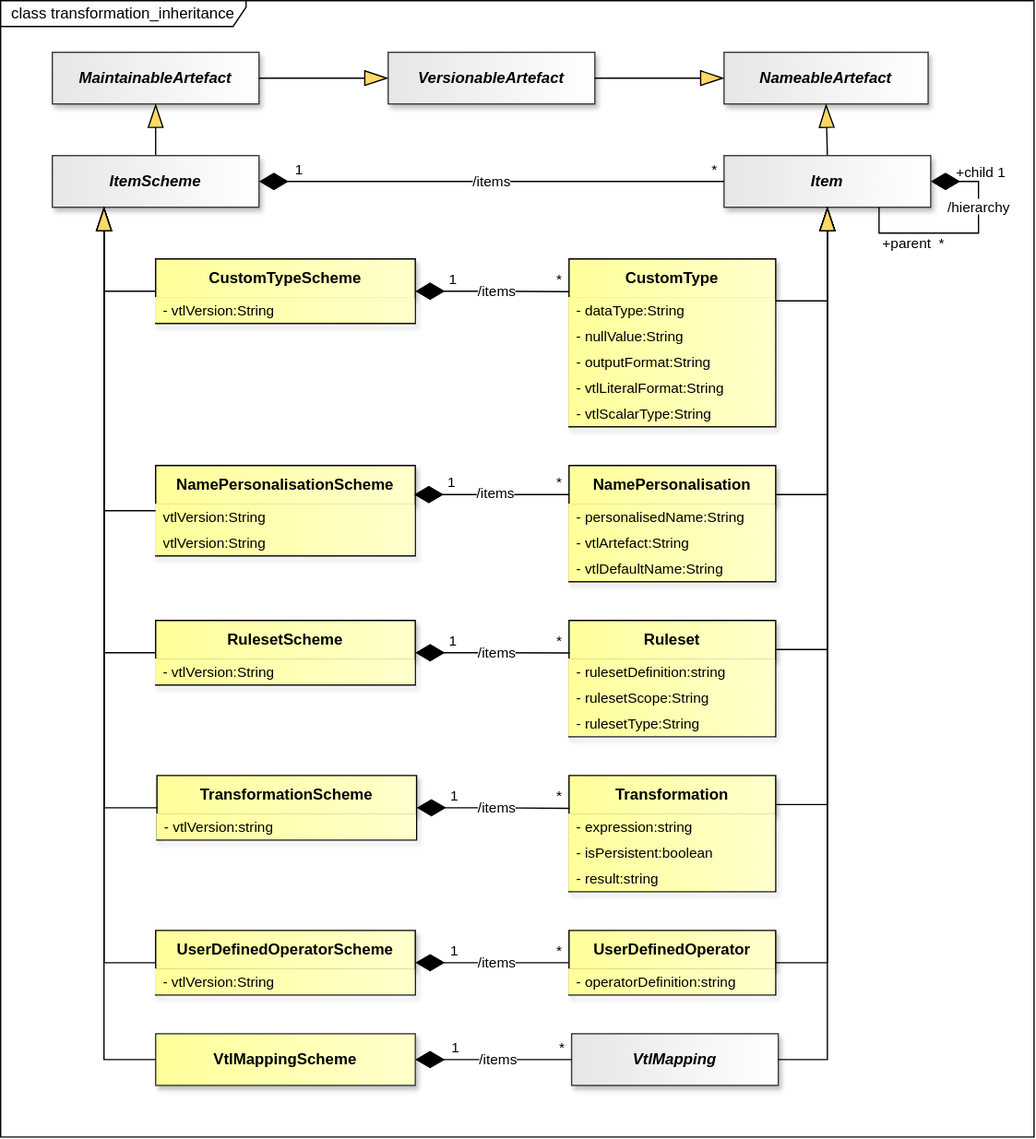
Above: docs/information_model/media/sdmx_transformation-transformation-inheritance.svg in sdmx-twg/sdmx-im (draw.io), before the change. Source tidied: cells renumbered, new cells last; positions are measured from the earlier drawing's top-left corner, leaving out a move shared by most shapes.
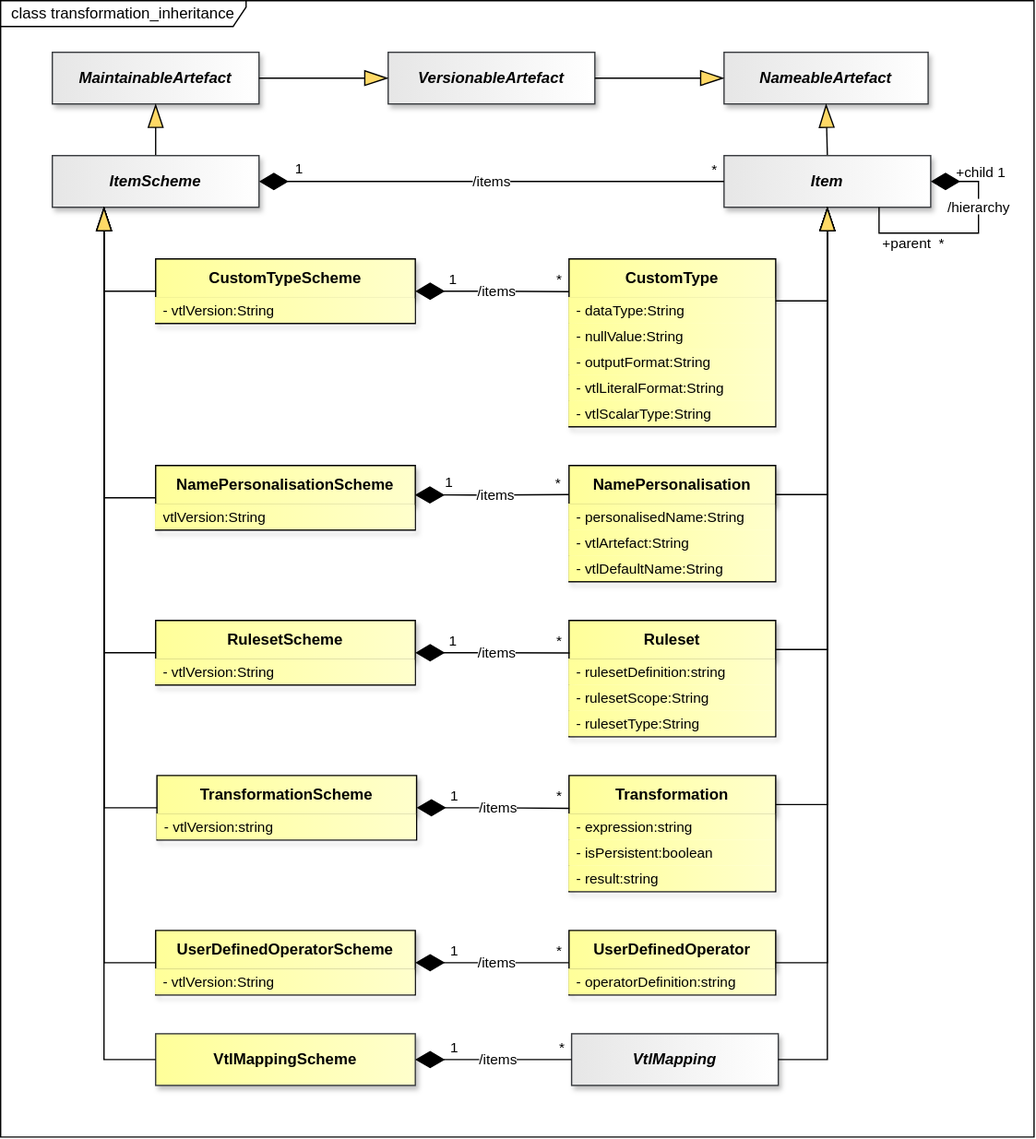
The same diagram one commit later.

What changed in the source:
```diff
@@ -86,14 +86,11 @@
       <mxGeometry y="30" width="201" height="20" as="geometry" />
     </mxCell>
     <mxCell id="25" value="NamePersonalisationScheme" style="swimlane;fontStyle=1;align=center;verticalAlign=middle;horizontal=1;startSize=30;whiteSpace=wrap;html=1;fillColor=light-dark(#FFFF99,#FFFF99);strokeColor=light-dark(#000000,#000000);gradientDirection=east;swimlaneLine=1;fontColor=light-dark(#000000,#000000);labelBackgroundColor=none;textShadow=0;gradientColor=light-dark(#FFFFCC,#FFFFCC);shadow=1;" parent="1" vertex="1">
-      <mxGeometry x="120" y="360" width="201" height="70" as="geometry" />
+      <mxGeometry x="120" y="360" width="201" height="50" as="geometry" />
     </mxCell>
     <mxCell id="26" value="vtlVersion:String" style="text;strokeColor=none;fillColor=light-dark(#FFFF99,#FFFF99);align=left;verticalAlign=middle;spacingLeft=4;spacingRight=4;overflow=hidden;whiteSpace=wrap;html=1;fontFamily=Helvetica;fontSize=11;fontColor=light-dark(#000000,#000000);gradientColor=light-dark(#FFFFCC,#FFFFCC);gradientDirection=east;" parent="25" vertex="1">
       <mxGeometry y="30" width="201" height="20" as="geometry" />
     </mxCell>
-    <mxCell id="27" value="vtlVersion:String" style="text;strokeColor=none;fillColor=light-dark(#FFFF99,#FFFF99);align=left;verticalAlign=middle;spacingLeft=4;spacingRight=4;overflow=hidden;whiteSpace=wrap;html=1;fontFamily=Helvetica;fontSize=11;fontColor=light-dark(#000000,#000000);gradientColor=light-dark(#FFFFCC,#FFFFCC);gradientDirection=east;" parent="25" vertex="1">
-      <mxGeometry y="50" width="201" height="20" as="geometry" />
-    </mxCell>
     <mxCell id="28" value="RulesetScheme" style="swimlane;fontStyle=1;align=center;verticalAlign=middle;horizontal=1;startSize=30;whiteSpace=wrap;html=1;fillColor=light-dark(#FFFF99,#FFFF99);strokeColor=light-dark(#000000,#000000);gradientDirection=east;swimlaneLine=1;fontColor=light-dark(#000000,#000000);labelBackgroundColor=none;textShadow=0;gradientColor=light-dark(#FFFFCC,#FFFFCC);shadow=1;" parent="1" vertex="1">
       <mxGeometry x="120" y="480" width="201" height="50" as="geometry" />
     </mxCell>
@@ -191,16 +188,16 @@
         <mxPoint x="-49" y="-8" as="offset" />
       </mxGeometry>
     </mxCell>
-    <mxCell id="59" value="&lt;font style=&quot;color: light-dark(rgb(0, 0, 0), rgb(255, 255, 255)); background-color: light-dark(rgb(255, 255, 255), rgb(0, 0, 0));&quot;&gt;/items&lt;/font&gt;" style="endArrow=none;html=1;endSize=12;startArrow=diamondThin;startSize=20;startFill=1;edgeStyle=orthogonalEdgeStyle;rounded=0;endFill=0;strokeColor=light-dark(#000000,#FFFFFF);fontColor=light-dark(#000000,#FFFFFF);labelBackgroundColor=none;entryX=0;entryY=0.25;entryDx=0;entryDy=0;exitX=0.995;exitY=0.321;exitDx=0;exitDy=0;exitPerimeter=0;" parent="1" edge="1" source="25" target="44">
+    <mxCell id="59" value="&lt;font style=&quot;color: light-dark(rgb(0, 0, 0), rgb(255, 255, 255)); background-color: light-dark(rgb(255, 255, 255), rgb(0, 0, 0));&quot;&gt;/items&lt;/font&gt;" style="endArrow=none;html=1;endSize=12;startArrow=diamondThin;startSize=20;startFill=1;edgeStyle=orthogonalEdgeStyle;rounded=0;endFill=0;strokeColor=light-dark(#000000,#FFFFFF);fontColor=light-dark(#000000,#FFFFFF);labelBackgroundColor=none;entryX=0;entryY=0.25;entryDx=0;entryDy=0;exitX=0.999;exitY=0.455;exitDx=0;exitDy=0;exitPerimeter=0;" parent="1" edge="1" source="25" target="44">
       <mxGeometry x="0.05" relative="1" as="geometry" />
     </mxCell>
     <mxCell id="60" value="*" style="edgeLabel;html=1;align=right;verticalAlign=top;labelBackgroundColor=none;fontColor=light-dark(#000000,#FFFFFF);" parent="59" vertex="1">
-      <mxGeometry x="1" relative="1" as="geometry">
+      <mxGeometry x="0.99" relative="1" as="geometry">
         <mxPoint x="-5" y="-22" as="offset" />
       </mxGeometry>
     </mxCell>
     <mxCell id="61" value="1" style="edgeLabel;html=1;align=center;verticalAlign=middle;fontSize=11;" parent="59" vertex="1">
-      <mxGeometry x="0.3" y="2" relative="1" as="geometry">
+      <mxGeometry x="0.26" y="2" relative="1" as="geometry">
         <mxPoint x="-49" y="-8" as="offset" />
       </mxGeometry>
     </mxCell>
@@ -264,9 +261,9 @@
       </mxGeometry>
     </mxCell>
     <mxCell id="75" style="endArrow=blockThin;endSize=16;endFill=1;html=1;rounded=0;entryX=0.25;entryY=1;entryDx=0;entryDy=0;startFill=0;endFillColor=light-dark(#FFD966,#FFD966);strokeColor=light-dark(#000000,#FFFFFF);startFillColor=light-dark(#000000,#FFFFFF);labelBackgroundColor=none;labelBorderColor=light-dark(#000000,#FFFFFF);exitX=0;exitY=0.5;exitDx=0;exitDy=0;" parent="1" edge="1" source="25" target="19">
-      <mxGeometry relative="1" as="geometry">
+      <mxGeometry x="-0.04" relative="1" as="geometry">
         <Array as="points">
-          <mxPoint x="80" y="395" />
+          <mxPoint x="80" y="385" />
         </Array>
       </mxGeometry>
     </mxCell>
```
